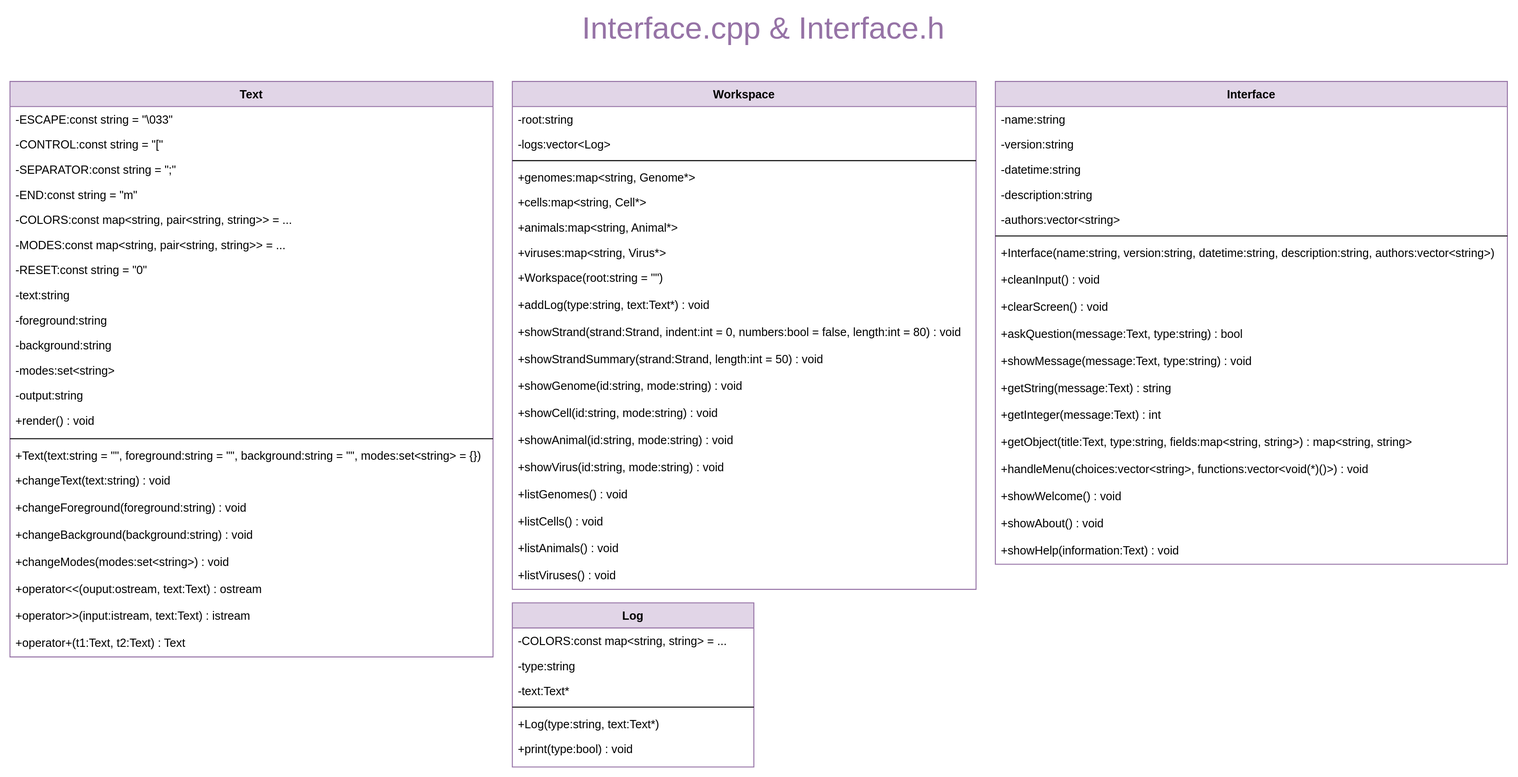
Above: schema/classes/Interface.drawio.svg in k-forghani/class-of-life (draw.io), before the change. Source tidied: cells renumbered, new cells last; positions are measured from the earlier drawing's top-left corner, leaving out a move shared by most shapes.
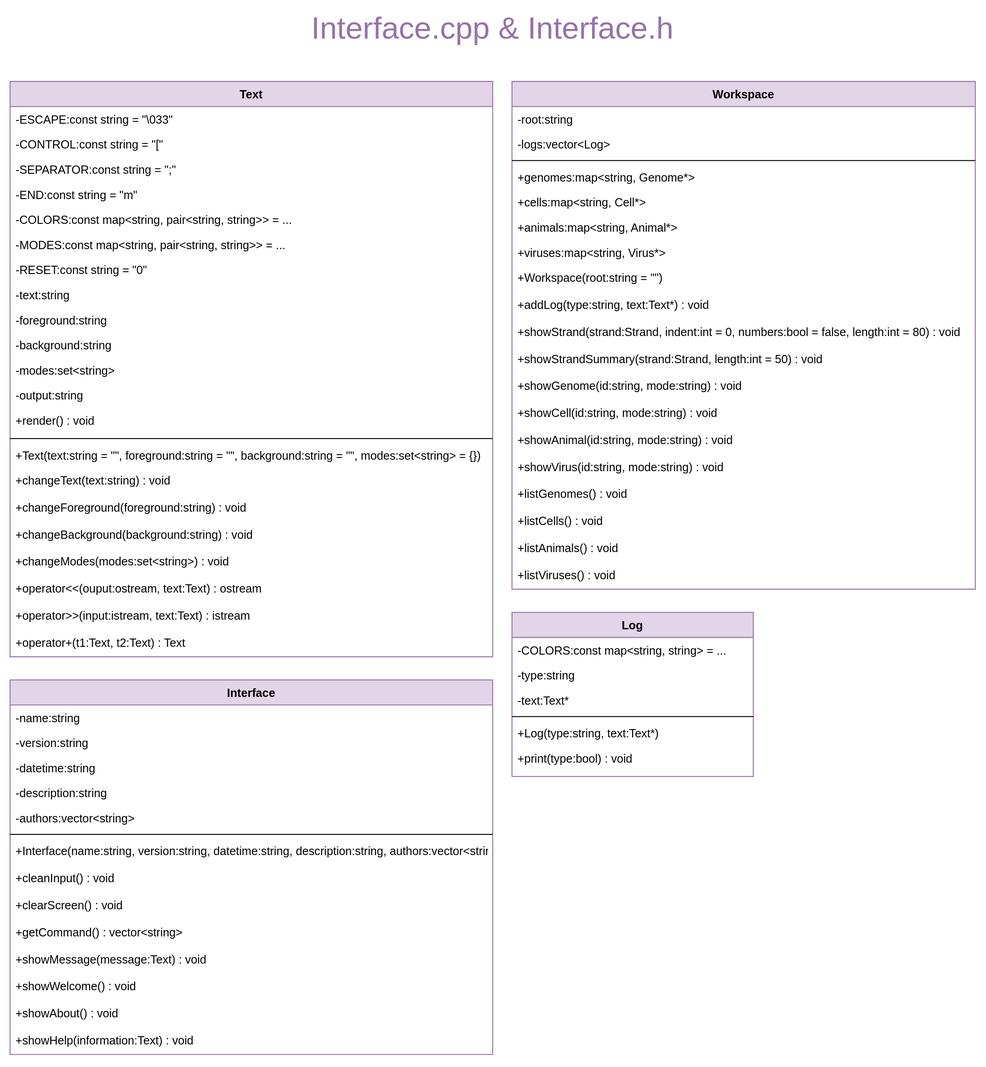
After the change.

Commit message:
Modified Interface to implement command line

Change to the diagram source:
```diff
@@ -3,7 +3,7 @@
     <mxCell id="0" />
     <mxCell id="1" parent="0" />
     <mxCell id="2" value="&lt;span style=&quot;font-size: 32px;&quot;&gt;Interface.cpp&lt;/span&gt; &amp;amp; &lt;span style=&quot;font-size: 32px;&quot;&gt;Interface.h&lt;/span&gt;" style="text;html=1;strokeColor=none;fillColor=none;align=center;verticalAlign=middle;whiteSpace=wrap;rounded=0;fontSize=32;fontColor=#9673A6;" parent="1" vertex="1">
-      <mxGeometry x="580" width="400" height="30" as="geometry" />
+      <mxGeometry x="300" width="400" height="30" as="geometry" />
     </mxCell>
     <mxCell id="3" value="Text" style="swimlane;fontStyle=1;align=center;verticalAlign=top;horizontal=1;startSize=26;rounded=0;shadow=0;strokeWidth=1;fillColor=#e1d5e7;strokeColor=#9673a6;swimlaneFillColor=default;" parent="1" vertex="1">
       <mxGeometry y="70" width="500" height="596" as="geometry" />
@@ -75,7 +75,7 @@
       <mxGeometry y="568" width="500" height="28" as="geometry" />
     </mxCell>
     <mxCell id="26" value="Log" style="swimlane;fontStyle=1;align=center;verticalAlign=top;horizontal=1;startSize=26;rounded=0;shadow=0;strokeWidth=1;fillColor=#e1d5e7;strokeColor=#9673a6;swimlaneFillColor=default;" parent="1" vertex="1">
-      <mxGeometry x="520" y="610" width="250" height="170" as="geometry" />
+      <mxGeometry x="520" y="620" width="250" height="170" as="geometry" />
     </mxCell>
     <mxCell id="27" value="-COLORS:const map&lt;string, string&gt; = ..." style="text;align=left;verticalAlign=top;spacingLeft=4;spacingRight=4;overflow=hidden;" parent="26" vertex="1">
       <mxGeometry y="26" width="250" height="26" as="geometry" />
@@ -156,61 +156,49 @@
       <mxGeometry y="498" width="480" height="28" as="geometry" />
     </mxCell>
     <mxCell id="53" value="Interface" style="swimlane;fontStyle=1;align=center;verticalAlign=top;horizontal=1;startSize=26;rounded=0;shadow=0;strokeWidth=1;fillColor=#e1d5e7;strokeColor=#9673a6;swimlaneFillColor=default;" parent="1" vertex="1">
-      <mxGeometry x="1020" y="70" width="530" height="500" as="geometry" />
+      <mxGeometry y="690" width="500" height="388" as="geometry" />
     </mxCell>
     <mxCell id="54" value="-name:string" style="text;align=left;verticalAlign=top;spacingLeft=4;spacingRight=4;overflow=hidden;" parent="53" vertex="1">
-      <mxGeometry y="26" width="530" height="26" as="geometry" />
+      <mxGeometry y="26" width="500" height="26" as="geometry" />
     </mxCell>
     <mxCell id="55" value="-version:string  " style="text;align=left;verticalAlign=top;spacingLeft=4;spacingRight=4;overflow=hidden;" parent="53" vertex="1">
-      <mxGeometry y="52" width="530" height="26" as="geometry" />
+      <mxGeometry y="52" width="500" height="26" as="geometry" />
     </mxCell>
     <mxCell id="56" value="-datetime:string  " style="text;align=left;verticalAlign=top;spacingLeft=4;spacingRight=4;overflow=hidden;" parent="53" vertex="1">
-      <mxGeometry y="78" width="530" height="26" as="geometry" />
+      <mxGeometry y="78" width="500" height="26" as="geometry" />
     </mxCell>
     <mxCell id="57" value="-description:string  " style="text;align=left;verticalAlign=top;spacingLeft=4;spacingRight=4;overflow=hidden;" parent="53" vertex="1">
-      <mxGeometry y="104" width="530" height="26" as="geometry" />
+      <mxGeometry y="104" width="500" height="26" as="geometry" />
     </mxCell>
     <mxCell id="58" value="-authors:vector&lt;string&gt;  " style="text;align=left;verticalAlign=top;spacingLeft=4;spacingRight=4;overflow=hidden;" parent="53" vertex="1">
-      <mxGeometry y="130" width="530" height="26" as="geometry" />
+      <mxGeometry y="130" width="500" height="26" as="geometry" />
     </mxCell>
     <mxCell id="59" style="line;html=1;strokeWidth=1;align=left;verticalAlign=middle;spacingTop=-1;spacingLeft=3;spacingRight=3;labelPosition=right;" parent="53" vertex="1">
-      <mxGeometry y="156" width="530" height="8" as="geometry" />
+      <mxGeometry y="156" width="500" height="8" as="geometry" />
     </mxCell>
     <mxCell id="60" value="+Interface(name:string, version:string, datetime:string, description:string, authors:vector&lt;string&gt;)" style="text;align=left;verticalAlign=top;spacingLeft=4;spacingRight=4;overflow=hidden;" parent="53" vertex="1">
-      <mxGeometry y="164" width="530" height="28" as="geometry" />
+      <mxGeometry y="164" width="500" height="28" as="geometry" />
     </mxCell>
     <mxCell id="61" value="+cleanInput() : void" style="text;align=left;verticalAlign=top;spacingLeft=4;spacingRight=4;overflow=hidden;" parent="53" vertex="1">
-      <mxGeometry y="192" width="530" height="28" as="geometry" />
+      <mxGeometry y="192" width="500" height="28" as="geometry" />
     </mxCell>
     <mxCell id="62" value="+clearScreen() : void" style="text;align=left;verticalAlign=top;spacingLeft=4;spacingRight=4;overflow=hidden;" parent="53" vertex="1">
-      <mxGeometry y="220" width="530" height="28" as="geometry" />
+      <mxGeometry y="220" width="500" height="28" as="geometry" />
     </mxCell>
-    <mxCell id="63" value="+askQuestion(message:Text, type:string) : bool" style="text;align=left;verticalAlign=top;spacingLeft=4;spacingRight=4;overflow=hidden;" parent="53" vertex="1">
-      <mxGeometry y="248" width="530" height="28" as="geometry" />
-    </mxCell>
+    <mxCell id="68" value="+getCommand() : vector&lt;string&gt;" style="text;align=left;verticalAlign=top;spacingLeft=4;spacingRight=4;overflow=hidden;" parent="53" vertex="1">
+      <mxGeometry y="248" width="500" height="28" as="geometry" />
+    </mxCell>
-    <mxCell id="64" value="+showMessage(message:Text, type:string) : void" style="text;align=left;verticalAlign=top;spacingLeft=4;spacingRight=4;overflow=hidden;" parent="53" vertex="1">
-      <mxGeometry y="276" width="530" height="28" as="geometry" />
+    <mxCell id="64" value="+showMessage(message:Text) : void" style="text;align=left;verticalAlign=top;spacingLeft=4;spacingRight=4;overflow=hidden;" parent="53" vertex="1">
+      <mxGeometry y="276" width="500" height="28" as="geometry" />
     </mxCell>
-    <mxCell id="65" value="+getString(message:Text) : string" style="text;align=left;verticalAlign=top;spacingLeft=4;spacingRight=4;overflow=hidden;" parent="53" vertex="1">
-      <mxGeometry y="304" width="530" height="28" as="geometry" />
-    </mxCell>
-    <mxCell id="66" value="+getInteger(message:Text) : int" style="text;align=left;verticalAlign=top;spacingLeft=4;spacingRight=4;overflow=hidden;" parent="53" vertex="1">
-      <mxGeometry y="332" width="530" height="28" as="geometry" />
-    </mxCell>
-    <mxCell id="67" value="+getObject(title:Text, type:string, fields:map&lt;string, string&gt;) : map&lt;string, string&gt;" style="text;align=left;verticalAlign=top;spacingLeft=4;spacingRight=4;overflow=hidden;" parent="53" vertex="1">
-      <mxGeometry y="360" width="530" height="28" as="geometry" />
-    </mxCell>
-    <mxCell id="68" value="+handleMenu(choices:vector&lt;string&gt;, functions:vector&lt;void(*)()&gt;) : void" style="text;align=left;verticalAlign=top;spacingLeft=4;spacingRight=4;overflow=hidden;" parent="53" vertex="1">
-      <mxGeometry y="388" width="530" height="28" as="geometry" />
-    </mxCell>
     <mxCell id="69" value="+showWelcome() : void" style="text;align=left;verticalAlign=top;spacingLeft=4;spacingRight=4;overflow=hidden;" parent="53" vertex="1">
-      <mxGeometry y="416" width="530" height="28" as="geometry" />
+      <mxGeometry y="304" width="500" height="28" as="geometry" />
     </mxCell>
     <mxCell id="70" value="+showAbout() : void" style="text;align=left;verticalAlign=top;spacingLeft=4;spacingRight=4;overflow=hidden;" parent="53" vertex="1">
-      <mxGeometry y="444" width="530" height="28" as="geometry" />
+      <mxGeometry y="332" width="500" height="28" as="geometry" />
     </mxCell>
     <mxCell id="71" value="+showHelp(information:Text) : void" style="text;align=left;verticalAlign=top;spacingLeft=4;spacingRight=4;overflow=hidden;" parent="53" vertex="1">
-      <mxGeometry y="472" width="530" height="28" as="geometry" />
+      <mxGeometry y="360" width="500" height="28" as="geometry" />
     </mxCell>
   </root>
 </mxGraphModel>
```
